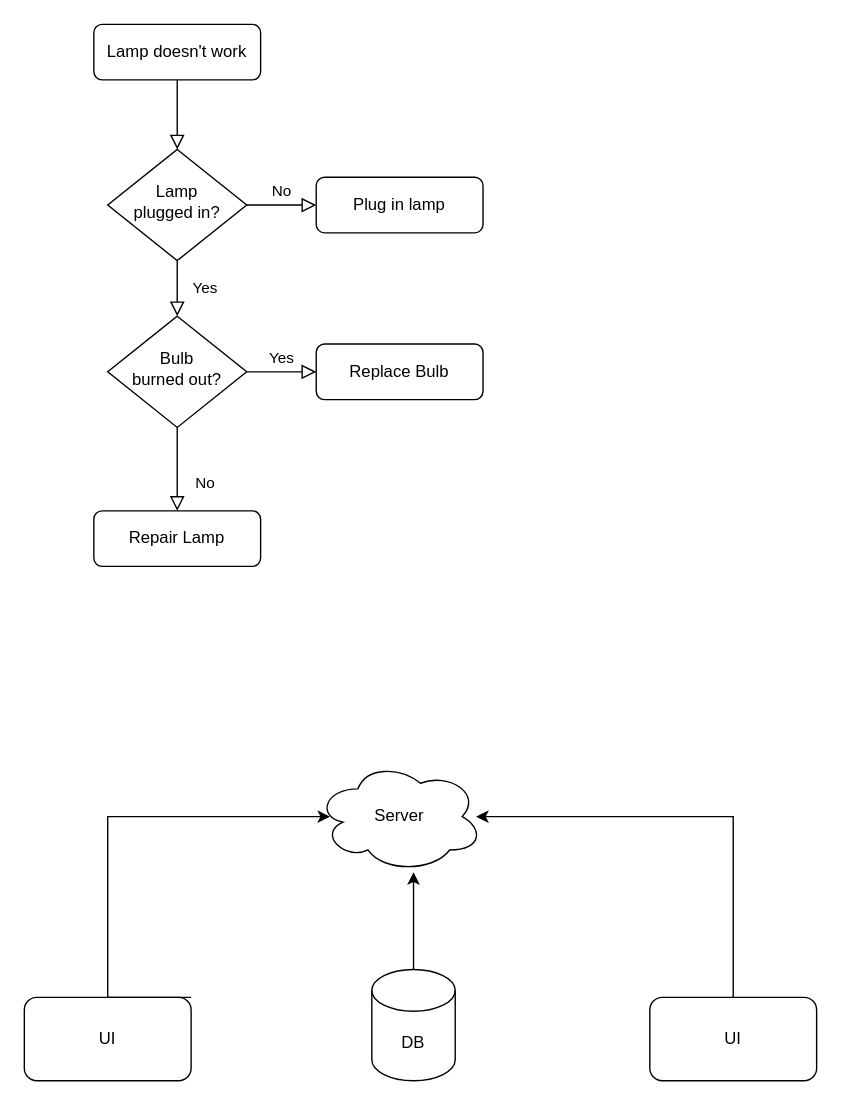
Earlier version of the draw.io diagram Untitled Diagram.drawio (yuradmytriev/data-structure). Source tidied: cells renumbered, new cells numbered last; positions are measured from the earlier drawing's top-left corner, leaving out a move shared by most shapes. Both pictures are drawn from the tidied source at 139%, with x=0, y=0 at pixel (24, 24).
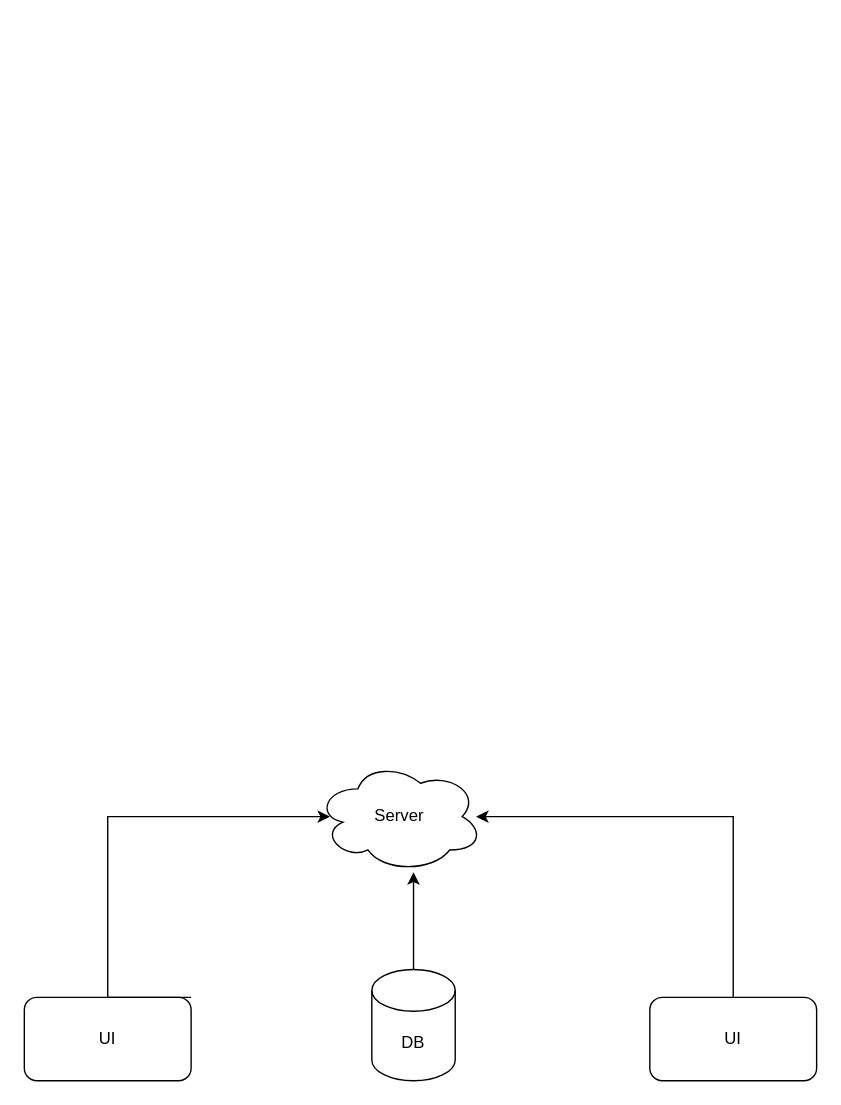
The same diagram, later.

The edit, as a diff of the source:
```diff
@@
-    <mxCell id="2" style="rounded=0;html=1;jettySize=auto;fontSize=11;endArrow=block;endFill=0;endSize=8;strokeWidth=1;shadow=0;labelBackgroundColor=none;edgeStyle=orthogonalEdgeStyle;" parent="1" edge="1" source="3" target="6">
-      <mxGeometry relative="1" as="geometry" />
-    </mxCell>
-    <mxCell id="3" value="Lamp doesn't work" style="rounded=1;whiteSpace=wrap;html=1;fontSize=12;glass=0;strokeWidth=1;shadow=0;" parent="1" vertex="1">
-      <mxGeometry x="50" width="120" height="40" as="geometry" />
-    </mxCell>
-    <mxCell id="4" value="Yes" style="rounded=0;html=1;jettySize=auto;fontSize=11;endArrow=block;endFill=0;endSize=8;strokeWidth=1;shadow=0;labelBackgroundColor=none;edgeStyle=orthogonalEdgeStyle;" parent="1" edge="1" source="6" target="10">
-      <mxGeometry y="20" relative="1" as="geometry" />
-    </mxCell>
-    <mxCell id="5" value="No" style="edgeStyle=orthogonalEdgeStyle;rounded=0;html=1;jettySize=auto;fontSize=11;endArrow=block;endFill=0;endSize=8;strokeWidth=1;shadow=0;labelBackgroundColor=none;" parent="1" edge="1" source="6" target="7">
-      <mxGeometry y="10" relative="1" as="geometry" />
-    </mxCell>
-    <mxCell id="6" value="Lamp&lt;br&gt;plugged in?" style="rhombus;whiteSpace=wrap;html=1;shadow=0;fontFamily=Helvetica;fontSize=12;align=center;strokeWidth=1;spacing=6;spacingTop=-4;" parent="1" vertex="1">
-      <mxGeometry x="60" y="90" width="100" height="80" as="geometry" />
-    </mxCell>
-    <mxCell id="7" value="Plug in lamp" style="rounded=1;whiteSpace=wrap;html=1;fontSize=12;glass=0;strokeWidth=1;shadow=0;" parent="1" vertex="1">
-      <mxGeometry x="210" y="110" width="120" height="40" as="geometry" />
-    </mxCell>
-    <mxCell id="8" value="No" style="rounded=0;html=1;jettySize=auto;fontSize=11;endArrow=block;endFill=0;endSize=8;strokeWidth=1;shadow=0;labelBackgroundColor=none;edgeStyle=orthogonalEdgeStyle;" parent="1" edge="1" source="10" target="11">
-      <mxGeometry x="0.33" y="20" relative="1" as="geometry" />
-    </mxCell>
-    <mxCell id="9" value="Yes" style="edgeStyle=orthogonalEdgeStyle;rounded=0;html=1;jettySize=auto;fontSize=11;endArrow=block;endFill=0;endSize=8;strokeWidth=1;shadow=0;labelBackgroundColor=none;" parent="1" edge="1" source="10" target="12">
-      <mxGeometry y="10" relative="1" as="geometry" />
-    </mxCell>
-    <mxCell id="10" value="Bulb&lt;br&gt;burned out?" style="rhombus;whiteSpace=wrap;html=1;shadow=0;fontFamily=Helvetica;fontSize=12;align=center;strokeWidth=1;spacing=6;spacingTop=-4;" parent="1" vertex="1">
-      <mxGeometry x="60" y="210" width="100" height="80" as="geometry" />
-    </mxCell>
-    <mxCell id="11" value="Repair Lamp" style="rounded=1;whiteSpace=wrap;html=1;fontSize=12;glass=0;strokeWidth=1;shadow=0;" parent="1" vertex="1">
-      <mxGeometry x="50" y="350" width="120" height="40" as="geometry" />
-    </mxCell>
-    <mxCell id="12" value="Replace Bulb" style="rounded=1;whiteSpace=wrap;html=1;fontSize=12;glass=0;strokeWidth=1;shadow=0;" parent="1" vertex="1">
-      <mxGeometry x="210" y="230" width="120" height="40" as="geometry" />
-    </mxCell>
```
